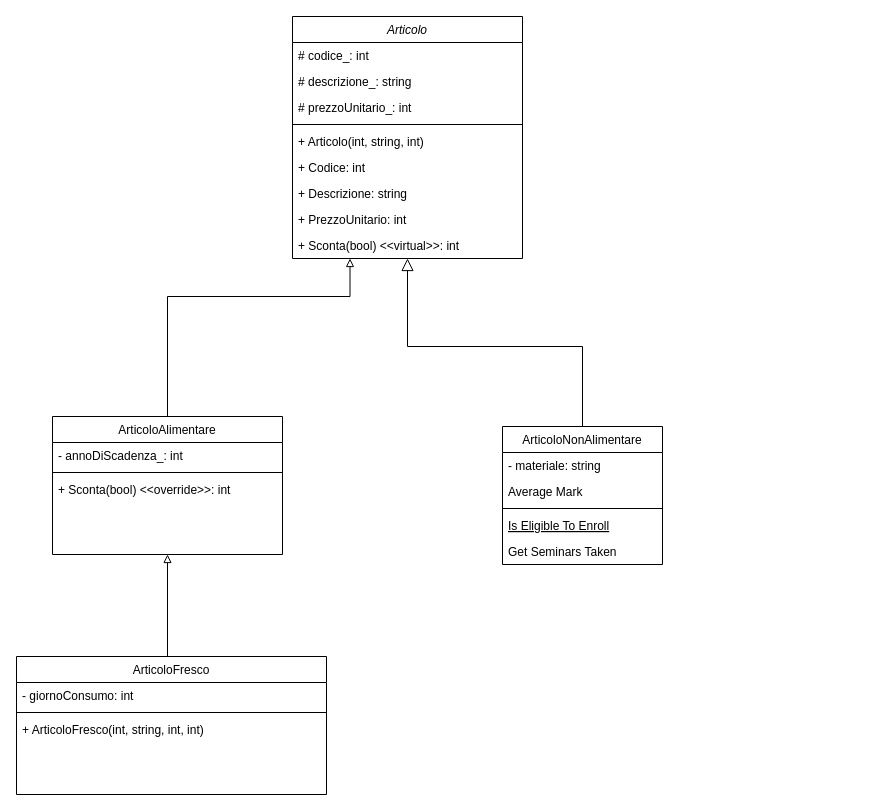
UsernameL56/10---Classe-articoli keeps this draw.io diagram as 10 - Classe articoli.drawio. Above is the earlier version. Source tidied: cells renumbered, new cells numbered last; positions are measured from the earlier drawing's top-left corner, leaving out a move shared by most shapes. Both pictures are drawn from the tidied source at 100%, with x=0, y=0 at pixel (16, 16).
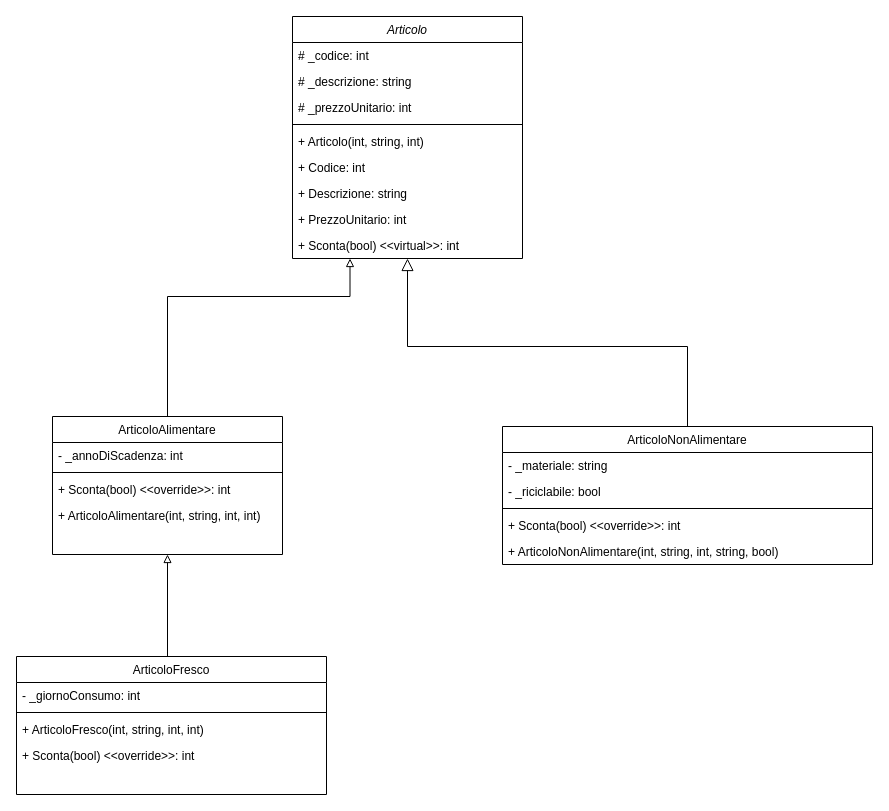
The same page after the edit.

Unchanged cells that the change refers to:
```xml
<mxCell id="2" value="Articolo" style="swimlane;fontStyle=2;align=center;verticalAlign=top;horizontal=1;startSize=26;rounded=0;shadow=0;strokeWidth=1;" parent="1" vertex="1">
  <mxGeometry x="276" width="230" height="242" as="geometry" />
</mxCell>
<mxCell id="19" value="ArticoloAlimentare" style="swimlane;fontStyle=0;align=center;verticalAlign=top;horizontal=1;startSize=26;rounded=0;shadow=0;strokeWidth=1;" parent="1" vertex="1">
  <mxGeometry x="36" y="400" width="230" height="138" as="geometry" />
</mxCell>
<mxCell id="23" value="ArticoloFresco" style="swimlane;fontStyle=0;align=center;verticalAlign=top;horizontal=1;startSize=26;rounded=0;shadow=0;strokeWidth=1;" parent="1" vertex="1">
  <mxGeometry y="640" width="310" height="138" as="geometry" />
</mxCell>
```

Change to the diagram source:
```diff
@@
-    <mxCell id="3" value="# codice_: int" style="text;align=left;verticalAlign=top;spacingLeft=4;spacingRight=4;overflow=hidden;" parent="2" vertex="1">
+    <mxCell id="3" value="# _codice: int" style="text;align=left;verticalAlign=top;spacingLeft=4;spacingRight=4;overflow=hidden;" parent="2" vertex="1">
       <mxGeometry y="26" width="230" height="26" as="geometry" />
     </mxCell>
-    <mxCell id="4" value="# descrizione_: string" style="text;align=left;verticalAlign=top;spacingLeft=4;spacingRight=4;overflow=hidden;rounded=0;shadow=0;html=0;" parent="2" vertex="1">
+    <mxCell id="4" value="# _descrizione: string" style="text;align=left;verticalAlign=top;spacingLeft=4;spacingRight=4;overflow=hidden;rounded=0;shadow=0;html=0;" parent="2" vertex="1">
       <mxGeometry y="52" width="230" height="26" as="geometry" />
     </mxCell>
-    <mxCell id="5" value="# prezzoUnitario_: int" style="text;align=left;verticalAlign=top;spacingLeft=4;spacingRight=4;overflow=hidden;rounded=0;shadow=0;html=0;" parent="2" vertex="1">
+    <mxCell id="5" value="# _prezzoUnitario: int" style="text;align=left;verticalAlign=top;spacingLeft=4;spacingRight=4;overflow=hidden;rounded=0;shadow=0;html=0;" parent="2" vertex="1">
       <mxGeometry y="78" width="230" height="26" as="geometry" />
     </mxCell>
@@
     <mxCell id="12" value="ArticoloNonAlimentare" style="swimlane;fontStyle=0;align=center;verticalAlign=top;horizontal=1;startSize=26;rounded=0;shadow=0;strokeWidth=1;" parent="1" vertex="1">
-      <mxGeometry x="486" y="410" width="160" height="138" as="geometry" />
+      <mxGeometry x="486" y="410" width="370" height="138" as="geometry" />
     </mxCell>
-    <mxCell id="13" value="- materiale: string" style="text;align=left;verticalAlign=top;spacingLeft=4;spacingRight=4;overflow=hidden;" parent="12" vertex="1">
-      <mxGeometry y="26" width="160" height="26" as="geometry" />
+    <mxCell id="13" value="- _materiale: string" style="text;align=left;verticalAlign=top;spacingLeft=4;spacingRight=4;overflow=hidden;" parent="12" vertex="1">
+      <mxGeometry y="26" width="370" height="26" as="geometry" />
     </mxCell>
-    <mxCell id="14" value="Average Mark" style="text;align=left;verticalAlign=top;spacingLeft=4;spacingRight=4;overflow=hidden;rounded=0;shadow=0;html=0;" parent="12" vertex="1">
-      <mxGeometry y="52" width="160" height="26" as="geometry" />
+    <mxCell id="14" value="- _riciclabile: bool" style="text;align=left;verticalAlign=top;spacingLeft=4;spacingRight=4;overflow=hidden;rounded=0;shadow=0;html=0;" parent="12" vertex="1">
+      <mxGeometry y="52" width="370" height="26" as="geometry" />
     </mxCell>
     <mxCell id="15" style="line;html=1;strokeWidth=1;align=left;verticalAlign=middle;spacingTop=-1;spacingLeft=3;spacingRight=3;labelPosition=right;" parent="12" vertex="1">
-      <mxGeometry y="78" width="160" height="8" as="geometry" />
+      <mxGeometry y="78" width="370" height="8" as="geometry" />
     </mxCell>
-    <mxCell id="16" value="Is Eligible To Enroll" style="text;align=left;verticalAlign=top;spacingLeft=4;spacingRight=4;overflow=hidden;fontStyle=4;" parent="12" vertex="1">
-      <mxGeometry y="86" width="160" height="26" as="geometry" />
+    <mxCell id="16" value="+ Sconta(bool) &lt;&lt;override&gt;&gt;: int  " style="text;align=left;verticalAlign=top;spacingLeft=4;spacingRight=4;overflow=hidden;fontStyle=0;" parent="12" vertex="1">
+      <mxGeometry y="86" width="370" height="26" as="geometry" />
     </mxCell>
-    <mxCell id="17" value="Get Seminars Taken" style="text;align=left;verticalAlign=top;spacingLeft=4;spacingRight=4;overflow=hidden;" parent="12" vertex="1">
-      <mxGeometry y="112" width="160" height="26" as="geometry" />
-    </mxCell>
+    <mxCell id="29" value="+ ArticoloNonAlimentare(int, string, int, string, bool)" style="text;align=left;verticalAlign=top;spacingLeft=4;spacingRight=4;overflow=hidden;fontStyle=0;" parent="12" vertex="1">
+      <mxGeometry y="112" width="370" height="26" as="geometry" />
+    </mxCell>
@@
-    <mxCell id="20" value="- annoDiScadenza_: int" style="text;align=left;verticalAlign=top;spacingLeft=4;spacingRight=4;overflow=hidden;" parent="19" vertex="1">
+    <mxCell id="20" value="- _annoDiScadenza: int" style="text;align=left;verticalAlign=top;spacingLeft=4;spacingRight=4;overflow=hidden;" parent="19" vertex="1">
       <mxGeometry y="26" width="230" height="26" as="geometry" />
     </mxCell>
@@
+    <mxCell id="30" value="+ ArticoloAlimentare(int, string, int, int)" style="text;align=left;verticalAlign=top;spacingLeft=4;spacingRight=4;overflow=hidden;" parent="19" vertex="1">
+      <mxGeometry y="86" width="230" height="26" as="geometry" />
+    </mxCell>
@@
-    <mxCell id="24" value="- giornoConsumo: int" style="text;align=left;verticalAlign=top;spacingLeft=4;spacingRight=4;overflow=hidden;" parent="23" vertex="1">
+    <mxCell id="24" value="- _giornoConsumo: int" style="text;align=left;verticalAlign=top;spacingLeft=4;spacingRight=4;overflow=hidden;" parent="23" vertex="1">
       <mxGeometry y="26" width="310" height="26" as="geometry" />
     </mxCell>
@@
+    <mxCell id="31" value="+ Sconta(bool) &lt;&lt;override&gt;&gt;: int  " style="text;align=left;verticalAlign=top;spacingLeft=4;spacingRight=4;overflow=hidden;" parent="23" vertex="1">
+      <mxGeometry y="86" width="310" height="26" as="geometry" />
+    </mxCell>
```
